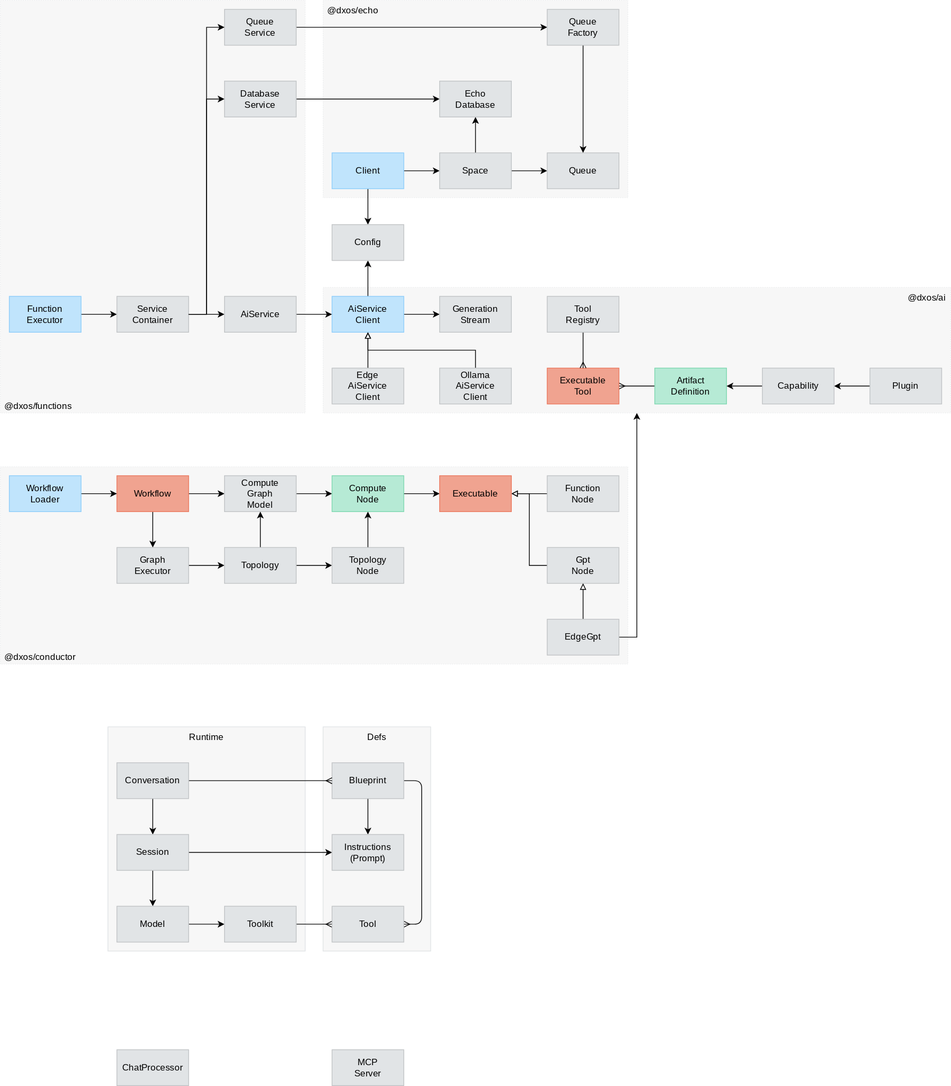
Above: packages/core/ai/docs/ai.drawio.svg in dxos/dxos (draw.io), before the change. Source tidied: cells renumbered, new cells last; positions are measured from the earlier drawing's top-left corner, leaving out a move shared by most shapes.
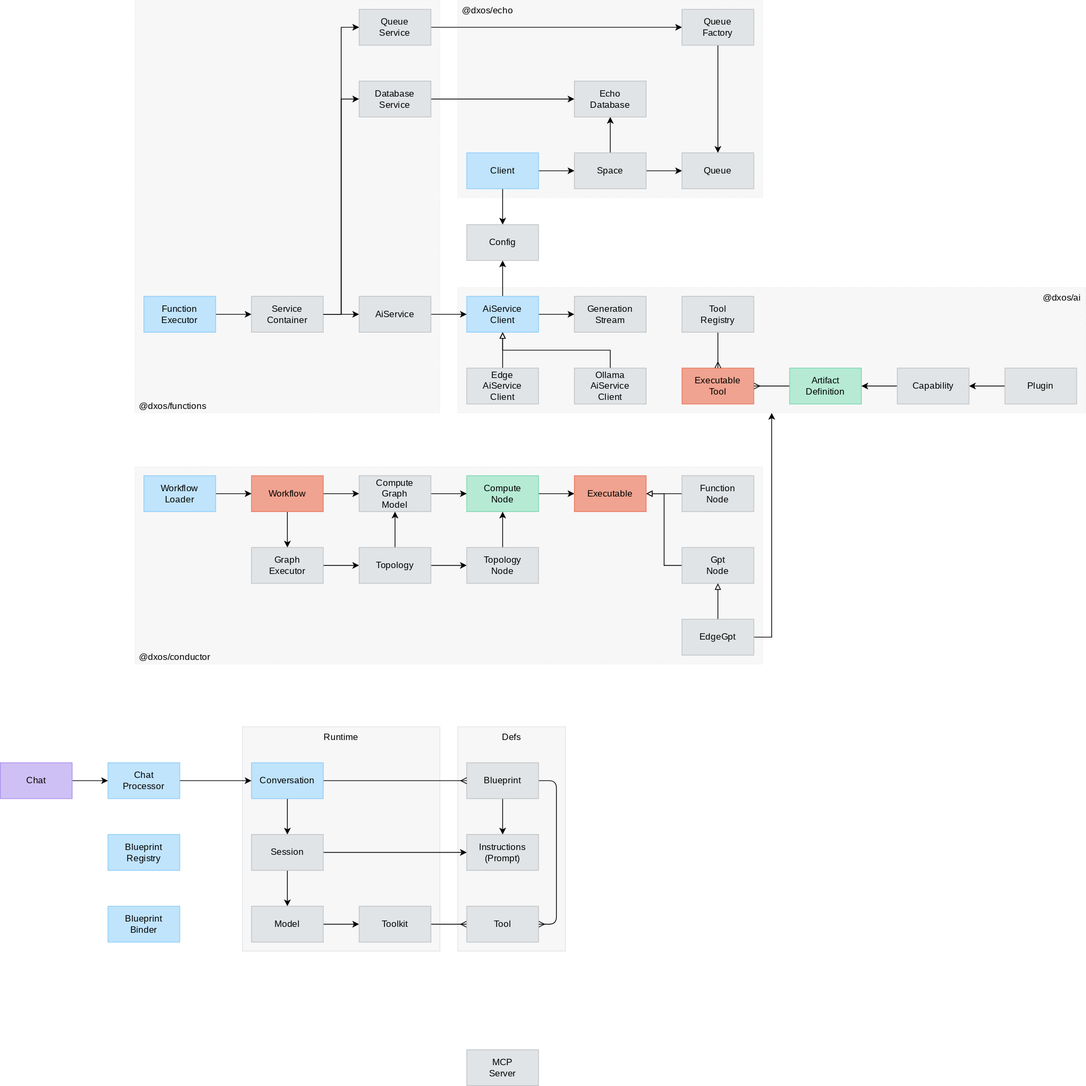
The same file after the commit.

Diff of the diagram source:
```diff
@@ -263,7 +263,7 @@
     <mxCell id="78" style="edgeStyle=none;html=1;exitX=0.5;exitY=1;exitDx=0;exitDy=0;entryX=0.5;entryY=0;entryDx=0;entryDy=0;" parent="1" edge="1" source="79" target="82">
       <mxGeometry relative="1" as="geometry" />
     </mxCell>
-    <mxCell id="79" value="Conversation" style="rounded=0;whiteSpace=wrap;html=1;fontFamily=Space Grotesk;fontSource=https%3A%2F%2Ffonts.googleapis.com%2Fcss%3Ffamily%3DSpace%2BGrotesk;fillColor=#E1E4E6;fontColor=#000000;strokeColor=#C0C3C5;" parent="1" vertex="1">
+    <mxCell id="79" value="Conversation" style="rounded=0;whiteSpace=wrap;html=1;fontFamily=Space Grotesk;fontSource=https%3A%2F%2Ffonts.googleapis.com%2Fcss%3Ffamily%3DSpace%2BGrotesk;fillColor=#C0E4FC;fontColor=#000000;strokeColor=#8DCDFA;" parent="1" vertex="1">
       <mxGeometry x="156" y="1020" width="96" height="48" as="geometry" />
     </mxCell>
     <mxCell id="80" style="edgeStyle=none;html=1;exitX=0.5;exitY=1;exitDx=0;exitDy=0;" parent="1" edge="1" source="82" target="84">
@@ -287,11 +287,26 @@
     <mxCell id="86" value="Instructions&lt;div&gt;(Prompt)&lt;/div&gt;" style="rounded=0;whiteSpace=wrap;html=1;fontFamily=Space Grotesk;fontSource=https%3A%2F%2Ffonts.googleapis.com%2Fcss%3Ffamily%3DSpace%2BGrotesk;fillColor=#E1E4E6;fontColor=#000000;strokeColor=#C0C3C5;" parent="1" vertex="1">
       <mxGeometry x="444" y="1116" width="96" height="48" as="geometry" />
     </mxCell>
+    <mxCell id="89" style="edgeStyle=none;html=1;exitX=1;exitY=0.5;exitDx=0;exitDy=0;" parent="1" edge="1" source="87" target="79">
+      <mxGeometry relative="1" as="geometry" />
+    </mxCell>
-    <mxCell id="87" value="ChatProcessor" style="rounded=0;whiteSpace=wrap;html=1;fontFamily=Space Grotesk;fontSource=https%3A%2F%2Ffonts.googleapis.com%2Fcss%3Ffamily%3DSpace%2BGrotesk;fillColor=#E1E4E6;fontColor=#000000;strokeColor=#C0C3C5;" parent="1" vertex="1">
-      <mxGeometry x="156" y="1404" width="96" height="48" as="geometry" />
+    <mxCell id="87" value="Chat&lt;br&gt;Processor" style="rounded=0;whiteSpace=wrap;html=1;fontFamily=Space Grotesk;fontSource=https%3A%2F%2Ffonts.googleapis.com%2Fcss%3Ffamily%3DSpace%2BGrotesk;fillColor=#C0E4FC;fontColor=#000000;strokeColor=#8DCDFA;" parent="1" vertex="1">
+      <mxGeometry x="-36" y="1020" width="96" height="48" as="geometry" />
     </mxCell>
     <mxCell id="88" value="MCP&lt;br&gt;Server" style="rounded=0;whiteSpace=wrap;html=1;fontFamily=Space Grotesk;fontSource=https%3A%2F%2Ffonts.googleapis.com%2Fcss%3Ffamily%3DSpace%2BGrotesk;fillColor=#E1E4E6;fontColor=#000000;strokeColor=#C0C3C5;" parent="1" vertex="1">
       <mxGeometry x="444" y="1404" width="96" height="48" as="geometry" />
     </mxCell>
+    <mxCell id="90" style="edgeStyle=none;html=1;exitX=1;exitY=0.5;exitDx=0;exitDy=0;" parent="1" edge="1" source="91" target="87">
+      <mxGeometry relative="1" as="geometry" />
+    </mxCell>
+    <mxCell id="91" value="Chat" style="rounded=0;whiteSpace=wrap;html=1;fontFamily=Space Grotesk;fontSource=https%3A%2F%2Ffonts.googleapis.com%2Fcss%3Ffamily%3DSpace%2BGrotesk;fillColor=#CEC0F4;fontColor=#000000;strokeColor=#AB92ED;" parent="1" vertex="1">
+      <mxGeometry x="-180" y="1020" width="96" height="48" as="geometry" />
+    </mxCell>
+    <mxCell id="92" value="Blueprint&lt;div&gt;Registry&lt;/div&gt;" style="rounded=0;whiteSpace=wrap;html=1;fontFamily=Space Grotesk;fontSource=https%3A%2F%2Ffonts.googleapis.com%2Fcss%3Ffamily%3DSpace%2BGrotesk;fillColor=#C0E4FC;fontColor=#000000;strokeColor=#8DCDFA;" parent="1" vertex="1">
+      <mxGeometry x="-36" y="1116" width="96" height="48" as="geometry" />
+    </mxCell>
+    <mxCell id="93" value="Blueprint&lt;div&gt;Binder&lt;/div&gt;" style="rounded=0;whiteSpace=wrap;html=1;fontFamily=Space Grotesk;fontSource=https%3A%2F%2Ffonts.googleapis.com%2Fcss%3Ffamily%3DSpace%2BGrotesk;fillColor=#C0E4FC;fontColor=#000000;strokeColor=#8DCDFA;" parent="1" vertex="1">
+      <mxGeometry x="-36" y="1212" width="96" height="48" as="geometry" />
+    </mxCell>
   </root>
 </mxGraphModel>
```
